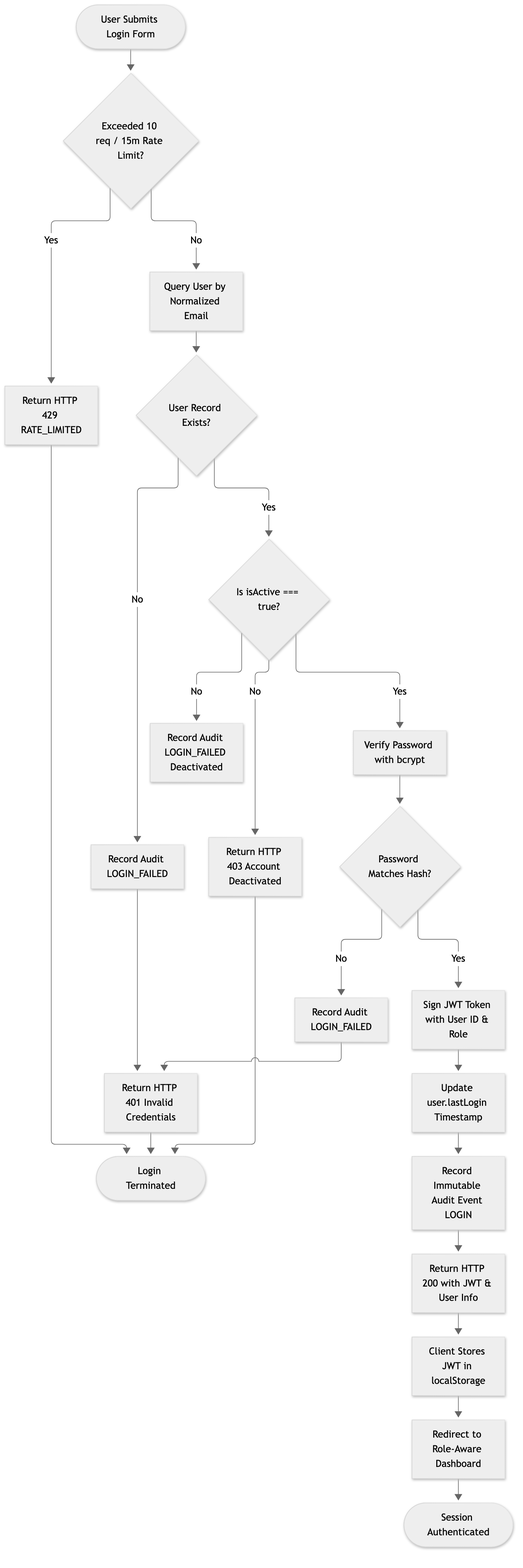
Above: docs/assets/diagrams/d09-activity-login.png in siddharth756/assetdesk-internship-project (Mermaid), before the change. Its source is kept beside it as docs/assets/diagrams/d09-activity-login.mmd.
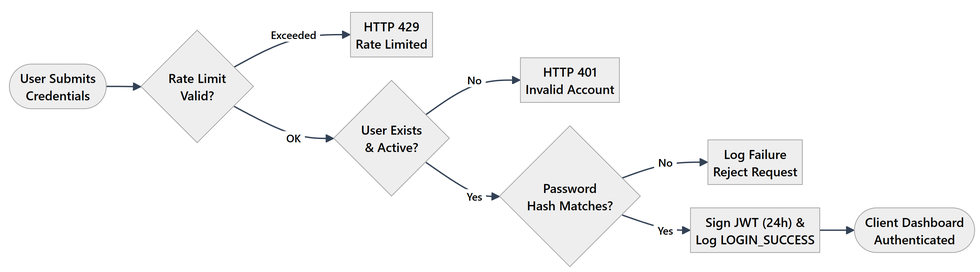
Later version of the same file.

What changed in the source:
```diff
@@ -1,28 +1,9 @@
-flowchart TD
-    Start([User Submits Login Form]) --> RateCheck{Exceeded 10 req / 15m Rate Limit?}
-
-    RateCheck -- Yes --> ErrRate[Return HTTP 429 RATE_LIMITED] --> EndFail([Login Terminated])
-
-    RateCheck -- No --> LookupUser[Query User by Normalized Email]
-    LookupUser --> FoundUser{User Record Exists?}
-
-    FoundUser -- No --> AuditFail1[Record Audit LOGIN_FAILED]
-    AuditFail1 --> ErrInvalid[Return HTTP 401 Invalid Credentials] --> EndFail
-
-    FoundUser -- Yes --> CheckActive{Is isActive === true?}
-    CheckActive -- No --> AuditFail2[Record Audit LOGIN_FAILED Deactivated]
-    CheckActive -- No --> ErrDeactive[Return HTTP 403 Account Deactivated] --> EndFail
-
-    CheckActive -- Yes --> ComparePwd[Verify Password with bcrypt]
-    ComparePwd --> PwdMatch{Password Matches Hash?}
-
-    PwdMatch -- No --> AuditFail3[Record Audit LOGIN_FAILED]
-    AuditFail3 --> ErrInvalid
-
-    PwdMatch -- Yes --> IssueJWT[Sign JWT Token with User ID & Role]
-    IssueJWT --> UpdateLastLogin[Update user.lastLogin Timestamp]
-    UpdateLastLogin --> AuditSuccess[Record Immutable Audit Event LOGIN]
-    AuditSuccess --> ReturnSuccess[Return HTTP 200 with JWT & User Info]
-    ReturnSuccess --> ClientStore[Client Stores JWT in localStorage]
-    ClientStore --> RedirectRole[Redirect to Role-Aware Dashboard]
-    RedirectRole --> EndSuccess([Session Authenticated])
+flowchart LR
+    A(["User Submits<br/>Credentials"]) --> B{"Rate Limit<br/>Valid?"}
+    B -- "Exceeded" --> F1["HTTP 429<br/>Rate Limited"]
+    B -- "OK" --> C{"User Exists<br/>& Active?"}
+    C -- "No" --> F2["HTTP 401<br/>Invalid Account"]
+    C -- "Yes" --> D{"Password<br/>Hash Matches?"}
+    D -- "No" --> F3["Log Failure<br/>Reject Request"]
+    D -- "Yes" --> E["Sign JWT (24h) &<br/>Log LOGIN_SUCCESS"]
+    E --> G(["Client Dashboard<br/>Authenticated"])
```
